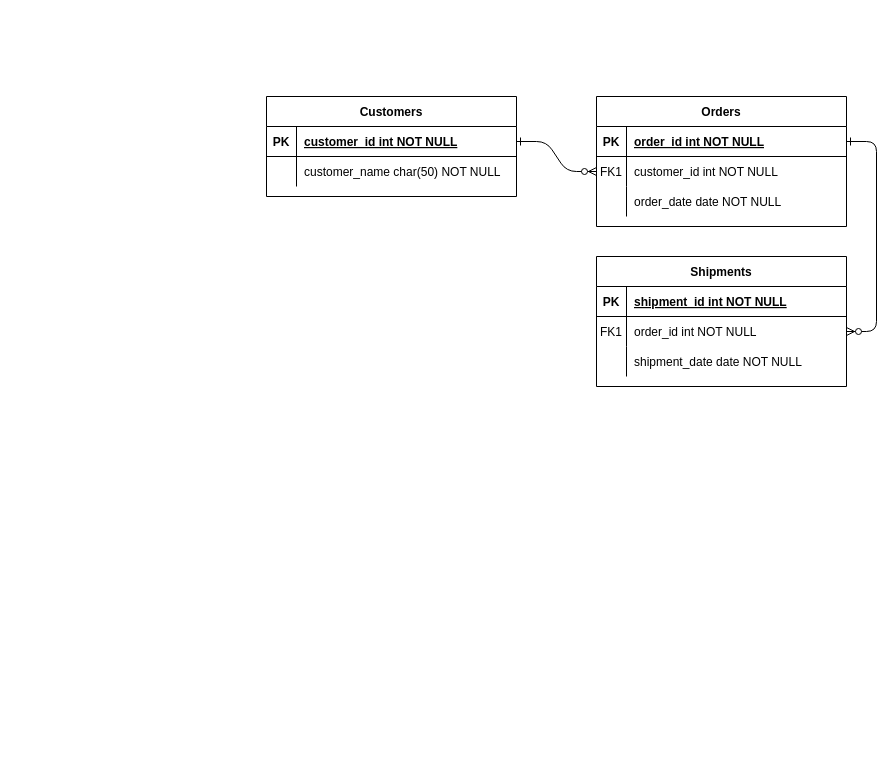
Above: Diagrama sem nome.drawio in Carolinefp/bancodados (draw.io), before the change. Source tidied: cells renumbered, new cells numbered last; positions are measured from the earlier drawing's top-left corner, leaving out a move shared by most shapes. Both pictures are drawn from the tidied source at 100%, with x=0, y=0 at pixel (266, 96).
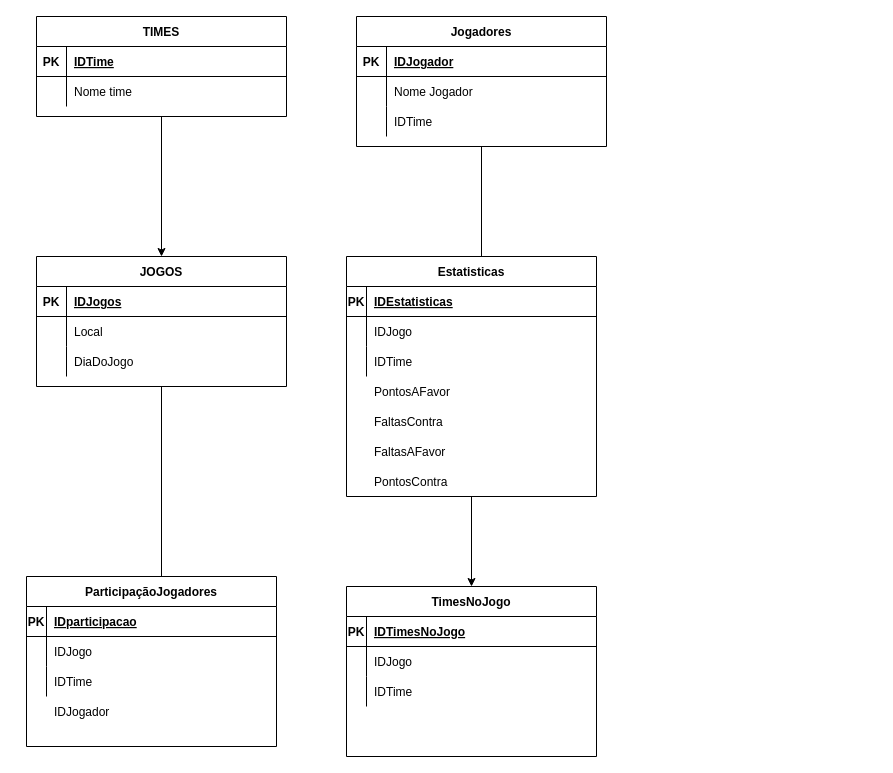
After the change.

Unchanged cells that the change refers to:
```xml
<mxCell id="5" style="shape=partialRectangle;fillColor=none;points=[[0,0.5],[1,0.5]];portConstraint=eastwest;top=0;left=0;right=0;bottom=1;" parent="4" vertex="1">
  <mxGeometry y="30" width="250" height="30" as="geometry" />
</mxCell>
<mxCell id="8" style="shape=partialRectangle;fillColor=none;points=[[0,0.5],[1,0.5]];portConstraint=eastwest;top=0;left=0;right=0;bottom=0;" parent="4" vertex="1">
  <mxGeometry y="60" width="250" height="30" as="geometry" />
</mxCell>
<mxCell id="11" style="shape=partialRectangle;fillColor=none;top=0;left=0;right=0;bottom=0;" parent="4" vertex="1">
  <mxGeometry y="90" width="250" height="30" as="geometry" />
</mxCell>
<mxCell id="15" style="shape=partialRectangle;fillColor=none;top=0;left=0;right=0;bottom=1;" parent="14" vertex="1">
  <mxGeometry y="30" width="250" height="30" as="geometry" />
</mxCell>
<mxCell id="18" style="shape=partialRectangle;fillColor=none;points=[[0,0.5],[1,0.5]];portConstraint=eastwest;top=0;left=0;right=0;bottom=0;" parent="14" vertex="1">
  <mxGeometry y="60" width="250" height="30" as="geometry" />
</mxCell>
<mxCell id="21" style="shape=partialRectangle;fillColor=none;top=0;left=0;right=0;bottom=0;" parent="14" vertex="1">
  <mxGeometry y="90" width="250" height="30" as="geometry" />
</mxCell>
<mxCell id="25" style="shape=partialRectangle;fillColor=none;points=[[0,0.5],[1,0.5]];portConstraint=eastwest;top=0;left=0;right=0;bottom=1;" parent="24" vertex="1">
  <mxGeometry y="30" width="250" height="30" as="geometry" />
</mxCell>
<mxCell id="28" style="shape=partialRectangle;fillColor=none;top=0;left=0;right=0;bottom=0;" parent="24" vertex="1">
  <mxGeometry y="60" width="250" height="30" as="geometry" />
</mxCell>
```

What changed in the source:
```diff
@@
-    <mxCell id="2" style="edgeStyle=entityRelationEdgeStyle;endArrow=ERzeroToMany;startArrow=ERone;endFill=1;startFill=0;" parent="1" edge="1" source="25" target="8">
-      <mxGeometry relative="1" as="geometry" />
-    </mxCell>
-    <mxCell id="3" style="edgeStyle=entityRelationEdgeStyle;endArrow=ERzeroToMany;startArrow=ERone;endFill=1;startFill=0;" parent="1" edge="1" source="5" target="18">
-      <mxGeometry relative="1" as="geometry" />
-    </mxCell>
+    <mxCell id="31" style="edgeStyle=none;rounded=0;jettySize=auto;html=1;" parent="1" edge="1" source="4">
+      <mxGeometry relative="1" as="geometry">
+        <mxPoint x="215" y="170" as="targetPoint" />
+      </mxGeometry>
+    </mxCell>
-    <mxCell id="4" value="Orders" style="shape=table;startSize=30;childLayout=tableLayout;rowLines=0;fontStyle=1;align=center;" parent="1" vertex="1">
-      <mxGeometry x="330" width="250" height="130" as="geometry" />
+    <mxCell id="4" value="Jogadores" style="shape=table;startSize=30;childLayout=tableLayout;rowLines=0;fontStyle=1;align=center;" parent="1" vertex="1">
+      <mxGeometry x="90" y="-80" width="250" height="130" as="geometry" />
     </mxCell>
@@
-    <mxCell id="7" value="order_id int NOT NULL " style="shape=partialRectangle;overflow=hidden;fillColor=none;top=0;left=0;bottom=0;right=0;align=left;spacingLeft=6;fontStyle=5;" parent="5" vertex="1">
+    <mxCell id="7" value="IDJogador" style="shape=partialRectangle;overflow=hidden;fillColor=none;top=0;left=0;bottom=0;right=0;align=left;spacingLeft=6;fontStyle=5;" parent="5" vertex="1">
       <mxGeometry x="30" width="220" height="30" as="geometry" />
     </mxCell>
@@
-    <mxCell id="9" value="FK1" style="shape=partialRectangle;overflow=hidden;fillColor=none;top=0;left=0;bottom=0;right=0;" parent="8" vertex="1">
+    <mxCell id="9" style="shape=partialRectangle;overflow=hidden;fillColor=none;top=0;left=0;bottom=0;right=0;" parent="8" vertex="1">
       <mxGeometry width="30" height="30" as="geometry" />
     </mxCell>
-    <mxCell id="10" value="customer_id int NOT NULL" style="shape=partialRectangle;overflow=hidden;fillColor=none;top=0;left=0;bottom=0;right=0;align=left;spacingLeft=6;" parent="8" vertex="1">
+    <mxCell id="10" value="Nome Jogador" style="shape=partialRectangle;overflow=hidden;fillColor=none;top=0;left=0;bottom=0;right=0;align=left;spacingLeft=6;" parent="8" vertex="1">
       <mxGeometry x="30" width="220" height="30" as="geometry" />
     </mxCell>
@@
-    <mxCell id="13" value="order_date date NOT NULL" style="shape=partialRectangle;overflow=hidden;fillColor=none;top=0;left=0;bottom=0;right=0;align=left;spacingLeft=6;" parent="11" vertex="1">
+    <mxCell id="13" value="IDTime" style="shape=partialRectangle;overflow=hidden;fillColor=none;top=0;left=0;bottom=0;right=0;align=left;spacingLeft=6;" parent="11" vertex="1">
       <mxGeometry x="30" width="220" height="30" as="geometry" />
     </mxCell>
+    <mxCell id="32" style="edgeStyle=none;rounded=0;jettySize=auto;html=1;entryX=0.54;entryY=0.059;entryDx=0;entryDy=0;entryPerimeter=0;" parent="1" edge="1" source="14" target="35">
+      <mxGeometry relative="1" as="geometry" />
+    </mxCell>
-    <mxCell id="14" value="Shipments" style="shape=table;startSize=30;childLayout=tableLayout;rowLines=0;fontStyle=1;align=center;" parent="1" vertex="1">
-      <mxGeometry x="330" y="160" width="250" height="130" as="geometry" />
+    <mxCell id="14" value="JOGOS" style="shape=table;startSize=30;childLayout=tableLayout;rowLines=0;fontStyle=1;align=center;" parent="1" vertex="1">
+      <mxGeometry x="-230" y="160" width="250" height="130" as="geometry" />
     </mxCell>
@@
-    <mxCell id="17" value="shipment_id int NOT NULL " style="shape=partialRectangle;overflow=hidden;fillColor=none;top=0;left=0;bottom=0;right=0;align=left;spacingLeft=6;fontStyle=5;" parent="15" vertex="1">
+    <mxCell id="17" value="IDJogos" style="shape=partialRectangle;overflow=hidden;fillColor=none;top=0;left=0;bottom=0;right=0;align=left;spacingLeft=6;fontStyle=5;" parent="15" vertex="1">
       <mxGeometry x="30" width="220" height="30" as="geometry" />
     </mxCell>
@@
-    <mxCell id="19" value="FK1" style="shape=partialRectangle;overflow=hidden;fillColor=none;top=0;left=0;bottom=0;right=0;" parent="18" vertex="1">
+    <mxCell id="19" style="shape=partialRectangle;overflow=hidden;fillColor=none;top=0;left=0;bottom=0;right=0;" parent="18" vertex="1">
       <mxGeometry width="30" height="30" as="geometry" />
     </mxCell>
-    <mxCell id="20" value="order_id int NOT NULL" style="shape=partialRectangle;overflow=hidden;fillColor=none;top=0;left=0;bottom=0;right=0;align=left;spacingLeft=6;" parent="18" vertex="1">
+    <mxCell id="20" value="Local" style="shape=partialRectangle;overflow=hidden;fillColor=none;top=0;left=0;bottom=0;right=0;align=left;spacingLeft=6;" parent="18" vertex="1">
       <mxGeometry x="30" width="220" height="30" as="geometry" />
     </mxCell>
@@
-    <mxCell id="23" value="shipment_date date NOT NULL" style="shape=partialRectangle;overflow=hidden;fillColor=none;top=0;left=0;bottom=0;right=0;align=left;spacingLeft=6;" parent="21" vertex="1">
+    <mxCell id="23" value="DiaDoJogo" style="shape=partialRectangle;overflow=hidden;fillColor=none;top=0;left=0;bottom=0;right=0;align=left;spacingLeft=6;" parent="21" vertex="1">
       <mxGeometry x="30" width="220" height="30" as="geometry" />
     </mxCell>
+    <mxCell id="33" style="edgeStyle=none;rounded=0;jettySize=auto;html=1;entryX=0.5;entryY=0;entryDx=0;entryDy=0;" parent="1" edge="1" source="24" target="14">
+      <mxGeometry relative="1" as="geometry" />
+    </mxCell>
-    <mxCell id="24" value="Customers" style="shape=table;startSize=30;childLayout=tableLayout;rowLines=0;fontStyle=1;align=center;" parent="1" vertex="1">
-      <mxGeometry width="250" height="100" as="geometry" />
+    <mxCell id="24" value="TIMES" style="shape=table;startSize=30;childLayout=tableLayout;rowLines=0;fontStyle=1;align=center;" parent="1" vertex="1">
+      <mxGeometry x="-230" y="-80" width="250" height="100" as="geometry" />
     </mxCell>
@@
-    <mxCell id="27" value="customer_id int NOT NULL " style="shape=partialRectangle;overflow=hidden;fillColor=none;top=0;left=0;bottom=0;right=0;align=left;spacingLeft=6;fontStyle=5;" parent="25" vertex="1">
+    <mxCell id="27" value="IDTime" style="shape=partialRectangle;overflow=hidden;fillColor=none;top=0;left=0;bottom=0;right=0;align=left;spacingLeft=6;fontStyle=5;" parent="25" vertex="1">
       <mxGeometry x="30" width="220" height="30" as="geometry" />
     </mxCell>
@@
-    <mxCell id="30" value="customer_name char(50) NOT NULL" style="shape=partialRectangle;overflow=hidden;fillColor=none;top=0;left=0;bottom=0;right=0;align=left;spacingLeft=6;" parent="28" vertex="1">
+    <mxCell id="30" value="Nome time" style="shape=partialRectangle;overflow=hidden;fillColor=none;top=0;left=0;bottom=0;right=0;align=left;spacingLeft=6;" parent="28" vertex="1">
       <mxGeometry x="30" width="220" height="30" as="geometry" />
     </mxCell>
+    <mxCell id="34" style="edgeStyle=orthogonalEdgeStyle;rounded=0;orthogonalLoop=1;jettySize=auto;html=1;" parent="1" edge="1">
+      <mxGeometry relative="1" as="geometry">
+        <mxPoint x="400" y="100" as="sourcePoint" />
+        <mxPoint x="400" y="100" as="targetPoint" />
+      </mxGeometry>
+    </mxCell>
+    <mxCell id="35" value="ParticipaçãoJogadores" style="shape=table;startSize=30;childLayout=tableLayout;rowLines=0;fontStyle=1;align=center;" parent="1" vertex="1">
+      <mxGeometry x="-240" y="480" width="250" height="170" as="geometry" />
+    </mxCell>
+    <mxCell id="36" style="shape=partialRectangle;fillColor=none;top=0;left=0;right=0;bottom=1;" parent="35" vertex="1">
+      <mxGeometry y="30" width="250" height="30" as="geometry" />
+    </mxCell>
+    <mxCell id="37" value="PK" style="shape=partialRectangle;overflow=hidden;fillColor=none;top=0;left=0;bottom=0;right=0;fontStyle=1;" parent="36" vertex="1">
+      <mxGeometry width="20" height="30" as="geometry" />
+    </mxCell>
+    <mxCell id="38" value="IDparticipacao" style="shape=partialRectangle;overflow=hidden;fillColor=none;top=0;left=0;bottom=0;right=0;align=left;spacingLeft=6;fontStyle=5;" parent="36" vertex="1">
+      <mxGeometry x="20" width="230" height="30" as="geometry" />
+    </mxCell>
+    <mxCell id="39" style="shape=partialRectangle;fillColor=none;top=0;left=0;right=0;bottom=0;" parent="35" vertex="1">
+      <mxGeometry y="60" width="250" height="30" as="geometry" />
+    </mxCell>
+    <mxCell id="40" style="shape=partialRectangle;overflow=hidden;fillColor=none;top=0;left=0;bottom=0;right=0;" parent="39" vertex="1">
+      <mxGeometry width="20" height="30" as="geometry" />
+    </mxCell>
+    <mxCell id="41" value="IDJogo" style="shape=partialRectangle;overflow=hidden;fillColor=none;top=0;left=0;bottom=0;right=0;align=left;spacingLeft=6;" parent="39" vertex="1">
+      <mxGeometry x="20" width="230" height="30" as="geometry" />
+    </mxCell>
+    <mxCell id="42" style="shape=partialRectangle;fillColor=none;top=0;left=0;right=0;bottom=0;" parent="35" vertex="1">
+      <mxGeometry y="90" width="250" height="30" as="geometry" />
+    </mxCell>
+    <mxCell id="43" style="shape=partialRectangle;overflow=hidden;fillColor=none;top=0;left=0;bottom=0;right=0;" parent="42" vertex="1">
+      <mxGeometry width="20" height="30" as="geometry" />
+    </mxCell>
+    <mxCell id="44" value="IDTime" style="shape=partialRectangle;overflow=hidden;fillColor=none;top=0;left=0;bottom=0;right=0;align=left;spacingLeft=6;" parent="42" vertex="1">
+      <mxGeometry x="20" width="230" height="30" as="geometry" />
+    </mxCell>
+    <mxCell id="45" style="shape=partialRectangle;fillColor=none;top=0;left=0;right=0;bottom=0;" parent="1" vertex="1">
+      <mxGeometry x="-250" y="600" width="250" height="30" as="geometry" />
+    </mxCell>
+    <mxCell id="46" style="shape=partialRectangle;overflow=hidden;fillColor=none;top=0;left=0;bottom=0;right=0;" parent="45" vertex="1">
+      <mxGeometry width="30" height="30" as="geometry" />
+    </mxCell>
+    <mxCell id="47" value="IDJogador" style="shape=partialRectangle;overflow=hidden;fillColor=none;top=0;left=0;bottom=0;right=0;align=left;spacingLeft=6;" parent="45" vertex="1">
+      <mxGeometry x="30" width="220" height="30" as="geometry" />
+    </mxCell>
+    <mxCell id="48" value="TimesNoJogo" style="shape=table;startSize=30;childLayout=tableLayout;rowLines=0;fontStyle=1;align=center;" parent="1" vertex="1">
+      <mxGeometry x="80" y="490" width="250" height="170" as="geometry" />
+    </mxCell>
+    <mxCell id="49" style="shape=partialRectangle;fillColor=none;top=0;left=0;right=0;bottom=1;" parent="48" vertex="1">
+      <mxGeometry y="30" width="250" height="30" as="geometry" />
+    </mxCell>
+    <mxCell id="50" value="PK" style="shape=partialRectangle;overflow=hidden;fillColor=none;top=0;left=0;bottom=0;right=0;fontStyle=1;" parent="49" vertex="1">
+      <mxGeometry width="20" height="30" as="geometry" />
+    </mxCell>
+    <mxCell id="51" value="IDTimesNoJogo" style="shape=partialRectangle;overflow=hidden;fillColor=none;top=0;left=0;bottom=0;right=0;align=left;spacingLeft=6;fontStyle=5;" parent="49" vertex="1">
+      <mxGeometry x="20" width="230" height="30" as="geometry" />
+    </mxCell>
+    <mxCell id="52" style="shape=partialRectangle;fillColor=none;top=0;left=0;right=0;bottom=0;" parent="48" vertex="1">
+      <mxGeometry y="60" width="250" height="30" as="geometry" />
+    </mxCell>
+    <mxCell id="53" style="shape=partialRectangle;overflow=hidden;fillColor=none;top=0;left=0;bottom=0;right=0;" parent="52" vertex="1">
+      <mxGeometry width="20" height="30" as="geometry" />
+    </mxCell>
+    <mxCell id="54" value="IDJogo" style="shape=partialRectangle;overflow=hidden;fillColor=none;top=0;left=0;bottom=0;right=0;align=left;spacingLeft=6;" parent="52" vertex="1">
+      <mxGeometry x="20" width="230" height="30" as="geometry" />
+    </mxCell>
+    <mxCell id="55" style="shape=partialRectangle;fillColor=none;top=0;left=0;right=0;bottom=0;" parent="48" vertex="1">
+      <mxGeometry y="90" width="250" height="30" as="geometry" />
+    </mxCell>
+    <mxCell id="56" style="shape=partialRectangle;overflow=hidden;fillColor=none;top=0;left=0;bottom=0;right=0;" parent="55" vertex="1">
+      <mxGeometry width="20" height="30" as="geometry" />
+    </mxCell>
+    <mxCell id="57" value="IDTime" style="shape=partialRectangle;overflow=hidden;fillColor=none;top=0;left=0;bottom=0;right=0;align=left;spacingLeft=6;" parent="55" vertex="1">
+      <mxGeometry x="20" width="230" height="30" as="geometry" />
+    </mxCell>
+    <mxCell id="58" style="edgeStyle=none;rounded=0;jettySize=auto;html=1;exitX=0.5;exitY=1;exitDx=0;exitDy=0;" parent="1" edge="1" source="59" target="48">
+      <mxGeometry relative="1" as="geometry" />
+    </mxCell>
+    <mxCell id="59" value="Estatisticas" style="shape=table;startSize=30;childLayout=tableLayout;rowLines=0;fontStyle=1;align=center;" parent="1" vertex="1">
+      <mxGeometry x="80" y="160" width="250" height="240" as="geometry" />
+    </mxCell>
+    <mxCell id="60" style="shape=partialRectangle;fillColor=none;top=0;left=0;right=0;bottom=1;" parent="59" vertex="1">
+      <mxGeometry y="30" width="250" height="30" as="geometry" />
+    </mxCell>
+    <mxCell id="61" value="PK" style="shape=partialRectangle;overflow=hidden;fillColor=none;top=0;left=0;bottom=0;right=0;fontStyle=1;" parent="60" vertex="1">
+      <mxGeometry width="20" height="30" as="geometry" />
+    </mxCell>
+    <mxCell id="62" value="IDEstatisticas" style="shape=partialRectangle;overflow=hidden;fillColor=none;top=0;left=0;bottom=0;right=0;align=left;spacingLeft=6;fontStyle=5;" parent="60" vertex="1">
+      <mxGeometry x="20" width="230" height="30" as="geometry" />
+    </mxCell>
+    <mxCell id="63" style="shape=partialRectangle;fillColor=none;top=0;left=0;right=0;bottom=0;" parent="59" vertex="1">
+      <mxGeometry y="60" width="250" height="30" as="geometry" />
+    </mxCell>
+    <mxCell id="64" style="shape=partialRectangle;overflow=hidden;fillColor=none;top=0;left=0;bottom=0;right=0;" parent="63" vertex="1">
+      <mxGeometry width="20" height="30" as="geometry" />
+    </mxCell>
+    <mxCell id="65" value="IDJogo" style="shape=partialRectangle;overflow=hidden;fillColor=none;top=0;left=0;bottom=0;right=0;align=left;spacingLeft=6;" parent="63" vertex="1">
+      <mxGeometry x="20" width="230" height="30" as="geometry" />
+    </mxCell>
+    <mxCell id="66" style="shape=partialRectangle;fillColor=none;top=0;left=0;right=0;bottom=0;" parent="59" vertex="1">
+      <mxGeometry y="90" width="250" height="30" as="geometry" />
+    </mxCell>
+    <mxCell id="67" style="shape=partialRectangle;overflow=hidden;fillColor=none;top=0;left=0;bottom=0;right=0;" parent="66" vertex="1">
+      <mxGeometry width="20" height="30" as="geometry" />
+    </mxCell>
+    <mxCell id="68" value="IDTime" style="shape=partialRectangle;overflow=hidden;fillColor=none;top=0;left=0;bottom=0;right=0;align=left;spacingLeft=6;" parent="66" vertex="1">
+      <mxGeometry x="20" width="230" height="30" as="geometry" />
+    </mxCell>
+    <mxCell id="69" style="shape=partialRectangle;fillColor=none;top=0;left=0;right=0;bottom=0;" parent="1" vertex="1">
+      <mxGeometry x="80" y="280" width="250" height="30" as="geometry" />
+    </mxCell>
+    <mxCell id="70" style="shape=partialRectangle;overflow=hidden;fillColor=none;top=0;left=0;bottom=0;right=0;" parent="69" vertex="1">
+      <mxGeometry width="20" height="30" as="geometry" />
+    </mxCell>
+    <mxCell id="71" value="PontosAFavor" style="shape=partialRectangle;overflow=hidden;fillColor=none;top=0;left=0;bottom=0;right=0;align=left;spacingLeft=6;" parent="69" vertex="1">
+      <mxGeometry x="20" width="230" height="30" as="geometry" />
+    </mxCell>
+    <mxCell id="72" style="shape=partialRectangle;fillColor=none;top=0;left=0;right=0;bottom=0;" parent="1" vertex="1">
+      <mxGeometry x="110" y="360" width="250" height="30" as="geometry" />
+    </mxCell>
+    <mxCell id="73" style="shape=partialRectangle;overflow=hidden;fillColor=none;top=0;left=0;bottom=0;right=0;" parent="72" vertex="1">
+      <mxGeometry width="20" height="30" as="geometry" />
+    </mxCell>
+    <mxCell id="74" value="FaltasAFavor" style="shape=partialRectangle;overflow=hidden;fillColor=none;top=0;left=0;bottom=0;right=0;align=left;spacingLeft=6;" parent="1" vertex="1">
+      <mxGeometry x="100" y="340" width="230" height="30" as="geometry" />
+    </mxCell>
+    <mxCell id="75" value="FaltasContra" style="shape=partialRectangle;overflow=hidden;fillColor=none;top=0;left=0;bottom=0;right=0;align=left;spacingLeft=6;" parent="1" vertex="1">
+      <mxGeometry x="100" y="310" width="230" height="30" as="geometry" />
+    </mxCell>
+    <mxCell id="76" value="PontosContra" style="shape=partialRectangle;overflow=hidden;fillColor=none;top=0;left=0;bottom=0;right=0;align=left;spacingLeft=6;" parent="1" vertex="1">
+      <mxGeometry x="100" y="370" width="230" height="30" as="geometry" />
+    </mxCell>
```
